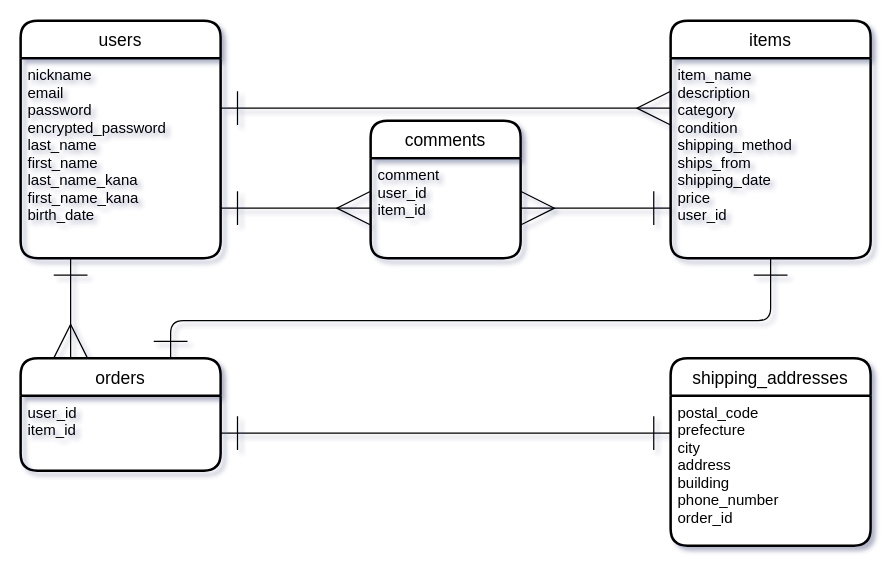
This is furima.dio from kitkat1900/furima-37862, a draw.io file, before an edit. Source tidied: cells renumbered, new cells numbered last; positions are measured from the earlier drawing's top-left corner, leaving out a move shared by most shapes. Both pictures are drawn from the tidied source at 125%, with x=0, y=0 at pixel (20, 20).
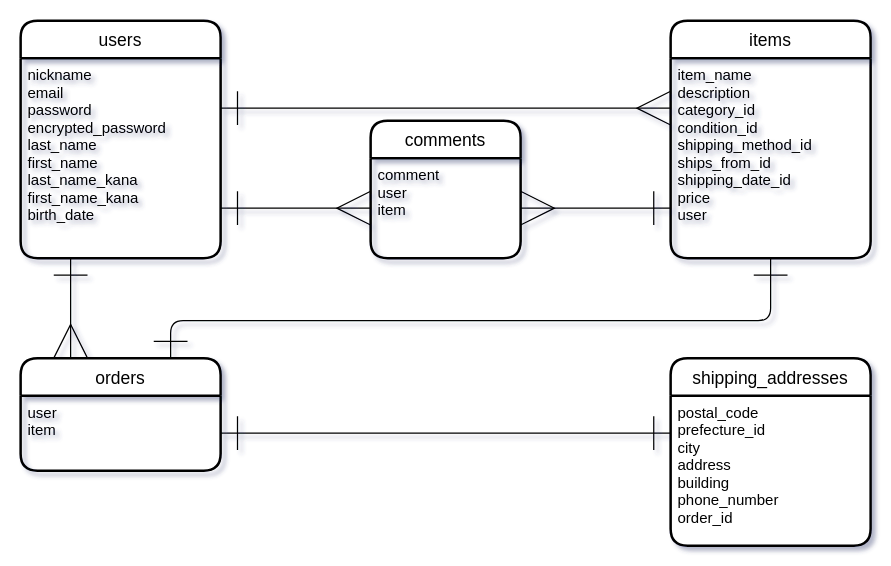
After the change.

Commit message (it also covers changes not shown here):
ER図とREADMEの修正

Change to the diagram source:
```diff
@@
 <mxGraphModel shadow="1">
   <root>
     <mxCell id="0" />
     <mxCell id="1" parent="0" />
     <mxCell id="2" value="orders" style="swimlane;horizontal=1;startSize=30;rounded=1;fontSize=14;fontStyle=0;strokeWidth=2;shadow=0;dashed=0;align=center;" parent="1" vertex="1">
       <mxGeometry y="270" width="160" height="90" as="geometry" />
     </mxCell>
-    <mxCell id="3" value="user_id&#10;item_id" style="align=left;strokeColor=none;fillColor=none;spacingLeft=4;fontSize=12;verticalAlign=top;" parent="2" vertex="1">
+    <mxCell id="3" value="user&#10;item" style="align=left;strokeColor=none;fillColor=none;spacingLeft=4;fontSize=12;verticalAlign=top;" parent="2" vertex="1">
       <mxGeometry y="30" width="160" height="60" as="geometry" />
     </mxCell>
     <mxCell id="4" value="shipping_addresses" style="swimlane;horizontal=1;startSize=30;rounded=1;fontSize=14;fontStyle=0;strokeWidth=2;shadow=0;dashed=0;align=center;swimlaneFillColor=default;" parent="1" vertex="1">
       <mxGeometry x="520" y="270" width="160" height="150" as="geometry" />
     </mxCell>
-    <mxCell id="5" value="postal_code&#10;prefecture&#10;city&#10;address&#10;building&#10;phone_number&#10;order_id&#10;" style="align=left;strokeColor=none;fillColor=none;spacingLeft=4;fontSize=12;verticalAlign=top;" parent="4" vertex="1">
+    <mxCell id="5" value="postal_code&#10;prefecture_id&#10;city&#10;address&#10;building&#10;phone_number&#10;order_id&#10;" style="align=left;strokeColor=none;fillColor=none;spacingLeft=4;fontSize=12;verticalAlign=top;" parent="4" vertex="1">
       <mxGeometry y="30" width="160" height="120" as="geometry" />
     </mxCell>
     <mxCell id="6" value="comments" style="swimlane;horizontal=1;startSize=30;rounded=1;fontSize=14;fontStyle=0;strokeWidth=2;shadow=0;dashed=0;align=center;" parent="1" vertex="1">
       <mxGeometry x="280" y="80" width="120" height="110" as="geometry" />
     </mxCell>
-    <mxCell id="7" value="comment&#10;user_id&#10;item_id&#10;" style="align=left;strokeColor=none;fillColor=none;spacingLeft=4;fontSize=12;verticalAlign=top;" parent="6" vertex="1">
+    <mxCell id="7" value="comment&#10;user&#10;item&#10;" style="align=left;strokeColor=none;fillColor=none;spacingLeft=4;fontSize=12;verticalAlign=top;" parent="6" vertex="1">
       <mxGeometry y="30" width="120" height="80" as="geometry" />
     </mxCell>
     <mxCell id="8" value="items" style="swimlane;horizontal=1;startSize=30;rounded=1;fontSize=14;fontStyle=0;strokeWidth=2;shadow=0;dashed=0;align=center;" parent="1" vertex="1">
       <mxGeometry x="520" width="160" height="190" as="geometry" />
     </mxCell>
-    <mxCell id="9" value="item_name&#10;description&#10;category&#10;condition&#10;shipping_method&#10;ships_from&#10;shipping_date&#10;price&#10;user_id&#10;" style="align=left;strokeColor=none;fillColor=none;spacingLeft=4;fontSize=12;verticalAlign=top;" parent="8" vertex="1">
+    <mxCell id="9" value="item_name&#10;description&#10;category_id&#10;condition_id&#10;shipping_method_id&#10;ships_from_id&#10;shipping_date_id&#10;price&#10;user&#10;" style="align=left;strokeColor=none;fillColor=none;spacingLeft=4;fontSize=12;verticalAlign=top;" parent="8" vertex="1">
       <mxGeometry y="30" width="160" height="160" as="geometry" />
     </mxCell>
     <mxCell id="10" value="users" style="swimlane;horizontal=1;startSize=30;rounded=1;fontSize=14;fontStyle=0;strokeWidth=2;shadow=0;dashed=0;align=center;" parent="1" vertex="1">
       <mxGeometry width="160" height="190" as="geometry" />
     </mxCell>
     <mxCell id="11" value="nickname&#10;email&#10;password&#10;encrypted_password&#10;last_name&#10;first_name&#10;last_name_kana&#10;first_name_kana&#10;birth_date" style="align=left;strokeColor=none;fillColor=none;spacingLeft=4;fontSize=12;verticalAlign=top;" parent="10" vertex="1">
       <mxGeometry y="30" width="160" height="160" as="geometry" />
     </mxCell>
     <mxCell id="12" style="edgeStyle=none;html=1;exitX=0.75;exitY=0;exitDx=0;exitDy=0;entryX=0.5;entryY=1;entryDx=0;entryDy=0;startArrow=ERone;startFill=0;endArrow=ERone;endFill=0;startSize=25;endSize=25;" parent="1" edge="1" source="2" target="9">
       <mxGeometry relative="1" as="geometry">
         <Array as="points">
           <mxPoint x="120" y="240" />
           <mxPoint x="600" y="240" />
         </Array>
       </mxGeometry>
     </mxCell>
     <mxCell id="13" style="edgeStyle=none;html=1;exitX=0.25;exitY=1;exitDx=0;exitDy=0;entryX=0.25;entryY=0;entryDx=0;entryDy=0;startArrow=ERone;startFill=0;endArrow=ERmany;endFill=0;startSize=25;endSize=25;" parent="1" edge="1" source="11" target="2">
       <mxGeometry relative="1" as="geometry" />
     </mxCell>
     <mxCell id="14" style="edgeStyle=none;html=1;exitX=1;exitY=0.25;exitDx=0;exitDy=0;startArrow=ERone;startFill=0;endArrow=ERmany;endFill=0;startSize=25;endSize=25;entryX=0;entryY=0.25;entryDx=0;entryDy=0;" parent="1" edge="1" source="11" target="9">
       <mxGeometry relative="1" as="geometry" />
     </mxCell>
     <mxCell id="15" style="edgeStyle=none;html=1;exitX=1;exitY=0.5;exitDx=0;exitDy=0;entryX=0;entryY=0.25;entryDx=0;entryDy=0;startArrow=ERone;startFill=0;endArrow=ERone;endFill=0;startSize=25;endSize=25;" parent="1" edge="1" source="3" target="5">
       <mxGeometry relative="1" as="geometry" />
     </mxCell>
     <mxCell id="16" style="edgeStyle=none;html=1;exitX=1;exitY=0.75;exitDx=0;exitDy=0;startArrow=ERone;startFill=0;endArrow=ERmany;endFill=0;startSize=25;endSize=25;entryX=0;entryY=0.5;entryDx=0;entryDy=0;" parent="1" edge="1" source="11" target="7">
       <mxGeometry relative="1" as="geometry" />
     </mxCell>
     <mxCell id="17" style="edgeStyle=none;html=1;exitX=0;exitY=0.75;exitDx=0;exitDy=0;entryX=1;entryY=0.5;entryDx=0;entryDy=0;startArrow=ERone;startFill=0;endArrow=ERmany;endFill=0;startSize=25;endSize=25;" parent="1" edge="1" source="9" target="7">
       <mxGeometry relative="1" as="geometry" />
     </mxCell>
   </root>
 </mxGraphModel>
```
